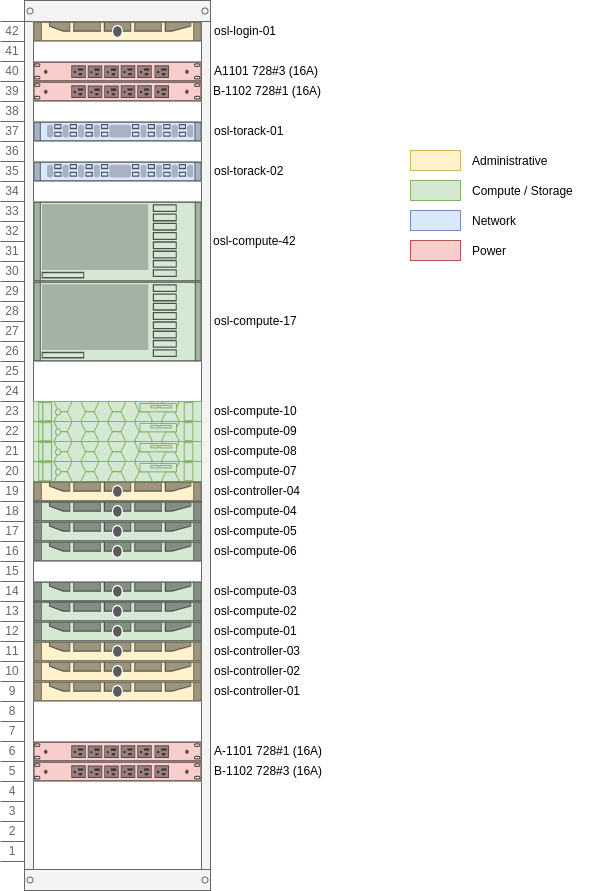
norcams/iaas keeps this draw.io diagram as docs/team/development/images/osl-rack-1.png. Above is the earlier version. Source tidied: cells renumbered, new cells last; positions are measured from the earlier drawing's top-left corner, leaving out a move shared by most shapes. Its diagram source:
```xml
<mxGraphModel>
  <root>
    <mxCell id="0" />
    <mxCell id="1" parent="0" />
    <mxCell id="2" style="strokeColor=#666666;html=1;verticalLabelPosition=bottom;labelBackgroundColor=#ffffff;verticalAlign=top;shadow=0;dashed=0;shape=mxgraph.rackGeneral.container;fillColor2=#f4f4f4;allowGaps=1;textColor=#666666;numDisp=ascend;" parent="1" vertex="1">
      <mxGeometry width="210" height="890" as="geometry" />
    </mxCell>
    <mxCell id="3" style="strokeColor=#d6b656;html=1;labelPosition=right;align=left;spacingLeft=15;shadow=0;dashed=0;shape=mxgraph.rack.dell.dell_poweredge_1u;fillColor=#fff2cc;" parent="2" vertex="1">
      <mxGeometry x="33" y="21" width="168" height="20" as="geometry" />
    </mxCell>
    <mxCell id="4" style="strokeColor=#b85450;html=1;labelPosition=right;align=left;spacingLeft=15;shadow=0;dashed=0;shape=mxgraph.rack.dell.power_strip;labelBackgroundColor=#DDFF00;fillColor=#f8cecc;" parent="2" vertex="1">
      <mxGeometry x="33" y="61" width="168" height="20" as="geometry" />
    </mxCell>
    <mxCell id="5" style="shape=mxgraph.rack.cisco.cisco_nexus_3016_switch;html=1;labelPosition=right;align=left;spacingLeft=15;dashed=0;shadow=0;fillColor=#dae8fc;labelBackgroundColor=#DDFF00;strokeColor=#6c8ebf;" parent="2" vertex="1">
      <mxGeometry x="33" y="121" width="168" height="20" as="geometry" />
    </mxCell>
    <mxCell id="6" style="shape=mxgraph.rack.cisco.cisco_nexus_3016_switch;html=1;labelPosition=right;align=left;spacingLeft=15;dashed=0;shadow=0;fillColor=#dae8fc;labelBackgroundColor=#DDFF00;strokeColor=#6c8ebf;" parent="2" vertex="1">
      <mxGeometry x="33" y="161" width="168" height="20" as="geometry" />
    </mxCell>
    <mxCell id="7" style="shape=mxgraph.rack.ibm.ibm_x3850_x5;html=1;labelPosition=right;align=left;spacingLeft=15;dashed=0;shadow=0;fillColor=#d5e8d4;labelBackgroundColor=#DDFF00;strokeColor=#82b366;" parent="2" vertex="1">
      <mxGeometry x="33" y="201" width="168" height="80" as="geometry" />
    </mxCell>
    <mxCell id="8" style="strokeColor=#82b366;html=1;labelPosition=right;align=left;spacingLeft=15;shadow=0;dashed=0;shape=mxgraph.rack.dell.poweredge_r640;labelBackgroundColor=#DDFF00;fillColor=#d5e8d4;" parent="2" vertex="1">
      <mxGeometry x="33" y="461" width="168" height="20" as="geometry" />
    </mxCell>
    <mxCell id="9" style="html=1;labelPosition=right;align=left;spacingLeft=15;shadow=0;dashed=0;shape=mxgraph.rack.dell.dell_poweredge_1u;fillColor=#fff2cc;strokeColor=#d6b656;" parent="2" vertex="1">
      <mxGeometry x="33" y="481" width="168" height="20" as="geometry" />
    </mxCell>
    <mxCell id="10" style="strokeColor=#82b366;html=1;labelPosition=right;align=left;spacingLeft=15;shadow=0;dashed=0;shape=mxgraph.rack.dell.dell_poweredge_1u;fillColor=#d5e8d4;" parent="2" vertex="1">
      <mxGeometry x="33" y="501" width="168" height="20" as="geometry" />
    </mxCell>
    <mxCell id="11" style="strokeColor=#82b366;html=1;labelPosition=right;align=left;spacingLeft=15;shadow=0;dashed=0;shape=mxgraph.rack.dell.dell_poweredge_1u;fillColor=#d5e8d4;" parent="2" vertex="1">
      <mxGeometry x="33" y="541" width="168" height="20" as="geometry" />
    </mxCell>
    <mxCell id="12" style="strokeColor=#82b366;html=1;labelPosition=right;align=left;spacingLeft=15;shadow=0;dashed=0;shape=mxgraph.rack.dell.dell_poweredge_1u;fillColor=#d5e8d4;" parent="2" vertex="1">
      <mxGeometry x="33" y="581" width="168" height="20" as="geometry" />
    </mxCell>
    <mxCell id="13" style="strokeColor=#82b366;html=1;labelPosition=right;align=left;spacingLeft=15;shadow=0;dashed=0;shape=mxgraph.rack.dell.dell_poweredge_1u;fillColor=#d5e8d4;" parent="2" vertex="1">
      <mxGeometry x="33" y="601" width="168" height="20" as="geometry" />
    </mxCell>
    <mxCell id="14" style="html=1;labelPosition=right;align=left;spacingLeft=15;shadow=0;dashed=0;shape=mxgraph.rack.dell.dell_poweredge_1u;labelBackgroundColor=#ffffff;fillColor=#fff2cc;strokeColor=#d6b656;" parent="2" vertex="1">
      <mxGeometry x="33" y="641" width="168" height="20" as="geometry" />
    </mxCell>
    <mxCell id="15" style="html=1;labelPosition=right;align=left;spacingLeft=15;shadow=0;dashed=0;shape=mxgraph.rack.dell.dell_poweredge_1u;fillColor=#fff2cc;strokeColor=#d6b656;" parent="2" vertex="1">
      <mxGeometry x="33" y="681" width="168" height="20" as="geometry" />
    </mxCell>
    <mxCell id="16" style="strokeColor=#b85450;html=1;labelPosition=right;align=left;spacingLeft=15;shadow=0;dashed=0;shape=mxgraph.rack.dell.power_strip;labelBackgroundColor=#DDFF00;fillColor=#f8cecc;" parent="2" vertex="1">
      <mxGeometry x="33" y="741" width="168" height="20" as="geometry" />
    </mxCell>
    <mxCell id="17" style="strokeColor=#b85450;html=1;labelPosition=right;align=left;spacingLeft=15;shadow=0;dashed=0;shape=mxgraph.rack.dell.power_strip;labelBackgroundColor=#DDFF00;fillColor=#f8cecc;" parent="2" vertex="1">
      <mxGeometry x="33" y="761" width="168" height="20" as="geometry" />
    </mxCell>
    <mxCell id="18" style="strokeColor=#b85450;html=1;labelPosition=right;align=left;spacingLeft=15;shadow=0;dashed=0;shape=mxgraph.rack.dell.power_strip;labelBackgroundColor=#DDFF00;fillColor=#f8cecc;" parent="2" vertex="1">
      <mxGeometry x="33" y="81" width="168" height="20" as="geometry" />
    </mxCell>
    <mxCell id="19" style="html=1;labelPosition=right;align=left;spacingLeft=15;shadow=0;dashed=0;shape=mxgraph.rack.dell.dell_poweredge_1u;labelBackgroundColor=#ffffff;fillColor=#fff2cc;strokeColor=#d6b656;" parent="2" vertex="1">
      <mxGeometry x="33" y="661" width="168" height="20" as="geometry" />
    </mxCell>
    <mxCell id="20" style="strokeColor=#82b366;html=1;labelPosition=right;align=left;spacingLeft=15;shadow=0;dashed=0;shape=mxgraph.rack.dell.dell_poweredge_1u;fillColor=#d5e8d4;" parent="2" vertex="1">
      <mxGeometry x="33" y="621" width="168" height="20" as="geometry" />
    </mxCell>
    <mxCell id="21" style="strokeColor=#82b366;html=1;labelPosition=right;align=left;spacingLeft=15;shadow=0;dashed=0;shape=mxgraph.rack.dell.dell_poweredge_1u;fillColor=#d5e8d4;" parent="2" vertex="1">
      <mxGeometry x="33" y="521" width="168" height="20" as="geometry" />
    </mxCell>
    <mxCell id="22" style="strokeColor=#82b366;html=1;labelPosition=right;align=left;spacingLeft=15;shadow=0;dashed=0;shape=mxgraph.rack.dell.poweredge_r640;labelBackgroundColor=#DDFF00;fillColor=#d5e8d4;" parent="2" vertex="1">
      <mxGeometry x="33" y="401" width="168" height="20" as="geometry" />
    </mxCell>
    <mxCell id="23" style="strokeColor=#82b366;html=1;labelPosition=right;align=left;spacingLeft=15;shadow=0;dashed=0;shape=mxgraph.rack.dell.poweredge_r640;labelBackgroundColor=#DDFF00;fillColor=#d5e8d4;" parent="2" vertex="1">
      <mxGeometry x="33" y="421" width="168" height="20" as="geometry" />
    </mxCell>
    <mxCell id="24" style="strokeColor=#82b366;html=1;labelPosition=right;align=left;spacingLeft=15;shadow=0;dashed=0;shape=mxgraph.rack.dell.poweredge_r640;labelBackgroundColor=#DDFF00;fillColor=#d5e8d4;" parent="2" vertex="1">
      <mxGeometry x="33" y="441" width="168" height="20" as="geometry" />
    </mxCell>
    <mxCell id="25" style="shape=mxgraph.rack.ibm.ibm_x3850_x5;html=1;labelPosition=right;align=left;spacingLeft=15;dashed=0;shadow=0;fillColor=#d5e8d4;labelBackgroundColor=#DDFF00;strokeColor=#82b366;" parent="2" vertex="1">
      <mxGeometry x="33" y="281" width="168" height="80" as="geometry" />
    </mxCell>
    <mxCell id="26" value="osl-compute-01" style="text;html=1;strokeColor=none;fillColor=none;align=left;verticalAlign=middle;whiteSpace=wrap;rounded=0;labelBackgroundColor=#ffffff;" parent="1" vertex="1">
      <mxGeometry x="212" y="620" width="100" height="20" as="geometry" />
    </mxCell>
    <mxCell id="27" value="A-1101 728#1 (16A)" style="text;html=1;align=left;verticalAlign=middle;" parent="1" vertex="1">
      <mxGeometry x="212" y="740" width="120" height="20" as="geometry" />
    </mxCell>
    <mxCell id="28" value="B-1102 728#3 (16A)" style="text;html=1;align=left;verticalAlign=middle;" parent="1" vertex="1">
      <mxGeometry x="212" y="760" width="120" height="20" as="geometry" />
    </mxCell>
    <mxCell id="29" value="A1101 728#3 (16A)" style="text;html=1;align=left;verticalAlign=middle;" parent="1" vertex="1">
      <mxGeometry x="212" y="60" width="120" height="20" as="geometry" />
    </mxCell>
    <mxCell id="30" value="B-1102 728#1 (16A)" style="text;html=1;align=left;verticalAlign=middle;" parent="1" vertex="1">
      <mxGeometry x="211" y="80" width="120" height="20" as="geometry" />
    </mxCell>
    <mxCell id="31" value="osl-controller-01" style="text;html=1;strokeColor=none;fillColor=none;align=left;verticalAlign=middle;whiteSpace=wrap;rounded=0;labelBackgroundColor=#ffffff;" parent="1" vertex="1">
      <mxGeometry x="212" y="680" width="100" height="20" as="geometry" />
    </mxCell>
    <mxCell id="32" value="osl-controller-02" style="text;html=1;strokeColor=none;fillColor=none;align=left;verticalAlign=middle;whiteSpace=wrap;rounded=0;labelBackgroundColor=#ffffff;" parent="1" vertex="1">
      <mxGeometry x="212" y="660" width="100" height="20" as="geometry" />
    </mxCell>
    <mxCell id="33" value="osl-controller-03" style="text;html=1;strokeColor=none;fillColor=none;align=left;verticalAlign=middle;whiteSpace=wrap;rounded=0;labelBackgroundColor=#ffffff;" parent="1" vertex="1">
      <mxGeometry x="212" y="640" width="100" height="20" as="geometry" />
    </mxCell>
    <mxCell id="34" value="osl-compute-03" style="text;html=1;strokeColor=none;fillColor=none;align=left;verticalAlign=middle;whiteSpace=wrap;rounded=0;labelBackgroundColor=#ffffff;" parent="1" vertex="1">
      <mxGeometry x="212" y="580" width="100" height="20" as="geometry" />
    </mxCell>
    <mxCell id="35" value="osl-compute-02" style="text;html=1;strokeColor=none;fillColor=none;align=left;verticalAlign=middle;whiteSpace=wrap;rounded=0;labelBackgroundColor=#ffffff;" parent="1" vertex="1">
      <mxGeometry x="212" y="600" width="100" height="20" as="geometry" />
    </mxCell>
    <mxCell id="36" value="osl-compute-06" style="text;html=1;strokeColor=none;fillColor=none;align=left;verticalAlign=middle;whiteSpace=wrap;rounded=0;labelBackgroundColor=#ffffff;" parent="1" vertex="1">
      <mxGeometry x="212" y="540" width="100" height="20" as="geometry" />
    </mxCell>
    <mxCell id="37" value="osl-compute-05" style="text;html=1;strokeColor=none;fillColor=none;align=left;verticalAlign=middle;whiteSpace=wrap;rounded=0;labelBackgroundColor=#ffffff;" parent="1" vertex="1">
      <mxGeometry x="212" y="520" width="100" height="20" as="geometry" />
    </mxCell>
    <mxCell id="38" value="osl-compute-04" style="text;html=1;strokeColor=none;fillColor=none;align=left;verticalAlign=middle;whiteSpace=wrap;rounded=0;labelBackgroundColor=#ffffff;" parent="1" vertex="1">
      <mxGeometry x="212" y="500" width="100" height="20" as="geometry" />
    </mxCell>
    <mxCell id="39" value="osl-controller-04" style="text;html=1;strokeColor=none;fillColor=none;align=left;verticalAlign=middle;whiteSpace=wrap;rounded=0;labelBackgroundColor=#ffffff;" parent="1" vertex="1">
      <mxGeometry x="212" y="480" width="100" height="20" as="geometry" />
    </mxCell>
    <mxCell id="40" value="osl-compute-07" style="text;html=1;strokeColor=none;fillColor=none;align=left;verticalAlign=middle;whiteSpace=wrap;rounded=0;labelBackgroundColor=#ffffff;" parent="1" vertex="1">
      <mxGeometry x="212" y="460" width="100" height="20" as="geometry" />
    </mxCell>
    <mxCell id="41" value="osl-compute-10" style="text;html=1;strokeColor=none;fillColor=none;align=left;verticalAlign=middle;whiteSpace=wrap;rounded=0;labelBackgroundColor=#ffffff;" parent="1" vertex="1">
      <mxGeometry x="212" y="400" width="100" height="20" as="geometry" />
    </mxCell>
    <mxCell id="42" value="osl-compute-09" style="text;html=1;strokeColor=none;fillColor=none;align=left;verticalAlign=middle;whiteSpace=wrap;rounded=0;labelBackgroundColor=#ffffff;" parent="1" vertex="1">
      <mxGeometry x="212" y="420" width="100" height="20" as="geometry" />
    </mxCell>
    <mxCell id="43" value="osl-compute-08" style="text;html=1;strokeColor=none;fillColor=none;align=left;verticalAlign=middle;whiteSpace=wrap;rounded=0;labelBackgroundColor=#ffffff;" parent="1" vertex="1">
      <mxGeometry x="212" y="440" width="100" height="20" as="geometry" />
    </mxCell>
    <mxCell id="44" value="osl-compute-17" style="text;html=1;strokeColor=none;fillColor=none;align=left;verticalAlign=middle;whiteSpace=wrap;rounded=0;labelBackgroundColor=#ffffff;" parent="1" vertex="1">
      <mxGeometry x="212" y="310" width="100" height="20" as="geometry" />
    </mxCell>
    <mxCell id="45" value="osl-compute-42" style="text;html=1;strokeColor=none;fillColor=none;align=left;verticalAlign=middle;whiteSpace=wrap;rounded=0;labelBackgroundColor=#ffffff;" parent="1" vertex="1">
      <mxGeometry x="211" y="230" width="100" height="20" as="geometry" />
    </mxCell>
    <mxCell id="46" value="osl-torack-02" style="text;html=1;strokeColor=none;fillColor=none;align=left;verticalAlign=middle;whiteSpace=wrap;rounded=0;labelBackgroundColor=#ffffff;" parent="1" vertex="1">
      <mxGeometry x="212" y="160" width="100" height="20" as="geometry" />
    </mxCell>
    <mxCell id="47" value="osl-torack-01" style="text;html=1;strokeColor=none;fillColor=none;align=left;verticalAlign=middle;whiteSpace=wrap;rounded=0;labelBackgroundColor=#ffffff;" parent="1" vertex="1">
      <mxGeometry x="212" y="120" width="100" height="20" as="geometry" />
    </mxCell>
    <mxCell id="48" value="osl-login-01" style="text;html=1;strokeColor=none;fillColor=none;align=left;verticalAlign=middle;whiteSpace=wrap;rounded=0;labelBackgroundColor=#ffffff;" parent="1" vertex="1">
      <mxGeometry x="212" y="20" width="100" height="20" as="geometry" />
    </mxCell>
    <mxCell id="49" style="rounded=0;whiteSpace=wrap;html=1;labelBackgroundColor=#DDFF00;align=left;fillColor=#fff2cc;strokeColor=#d6b656;" parent="1" vertex="1">
      <mxGeometry x="410" y="150" width="50" height="20" as="geometry" />
    </mxCell>
    <mxCell id="50" style="rounded=0;whiteSpace=wrap;html=1;labelBackgroundColor=#DDFF00;align=left;fillColor=#d5e8d4;strokeColor=#82b366;" parent="1" vertex="1">
      <mxGeometry x="410" y="180" width="50" height="20" as="geometry" />
    </mxCell>
    <mxCell id="51" style="rounded=0;whiteSpace=wrap;html=1;labelBackgroundColor=#DDFF00;align=left;fillColor=#dae8fc;strokeColor=#6c8ebf;" parent="1" vertex="1">
      <mxGeometry x="410" y="210" width="50" height="20" as="geometry" />
    </mxCell>
    <mxCell id="52" style="rounded=0;whiteSpace=wrap;html=1;labelBackgroundColor=#DDFF00;align=left;fillColor=#f8cecc;strokeColor=#b85450;" parent="1" vertex="1">
      <mxGeometry x="410" y="240" width="50" height="20" as="geometry" />
    </mxCell>
    <mxCell id="53" value="Administrative" style="text;html=1;align=left;verticalAlign=middle;" parent="1" vertex="1">
      <mxGeometry x="470" y="150" width="90" height="20" as="geometry" />
    </mxCell>
    <mxCell id="54" value="Compute / Storage" style="text;html=1;align=left;verticalAlign=middle;" parent="1" vertex="1">
      <mxGeometry x="470" y="180" width="120" height="20" as="geometry" />
    </mxCell>
    <mxCell id="55" value="Network" style="text;html=1;align=left;verticalAlign=middle;" parent="1" vertex="1">
      <mxGeometry x="470" y="210" width="60" height="20" as="geometry" />
    </mxCell>
    <mxCell id="56" value="Power" style="text;html=1;align=left;verticalAlign=middle;" parent="1" vertex="1">
      <mxGeometry x="470" y="240" width="50" height="20" as="geometry" />
    </mxCell>
  </root>
</mxGraphModel>
```
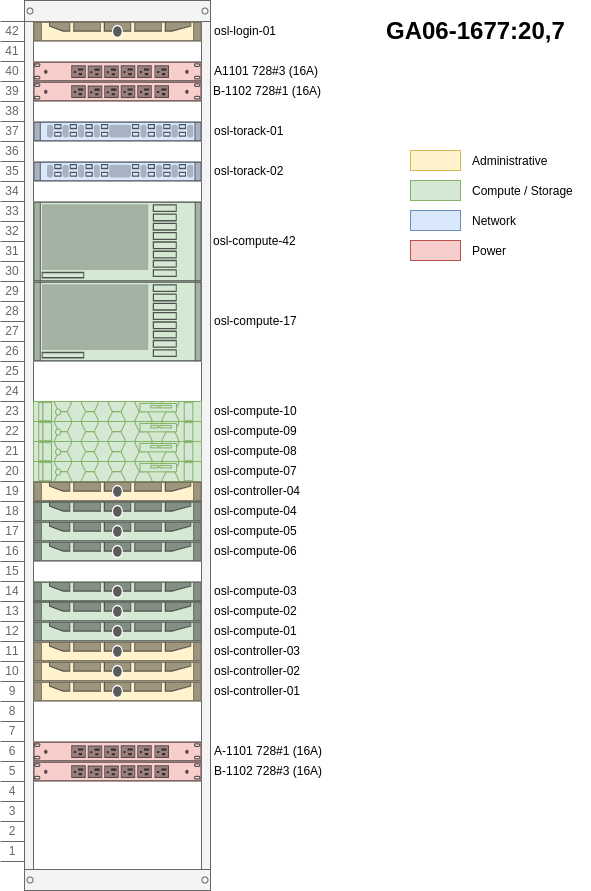
After the change.

What changed in the source:
```diff
@@ -167,5 +167,8 @@
     <mxCell id="56" value="Power" style="text;html=1;align=left;verticalAlign=middle;" parent="1" vertex="1">
       <mxGeometry x="470" y="240" width="50" height="20" as="geometry" />
     </mxCell>
+    <mxCell id="57" value="&lt;font style=&quot;font-size: 24px&quot;&gt;&lt;b&gt;GA06-1677:20,7&lt;/b&gt;&lt;/font&gt;" style="text;html=1;align=center;verticalAlign=middle;" parent="1" vertex="1">
+      <mxGeometry x="380" y="20" width="190" height="20" as="geometry" />
+    </mxCell>
   </root>
 </mxGraphModel>
```
